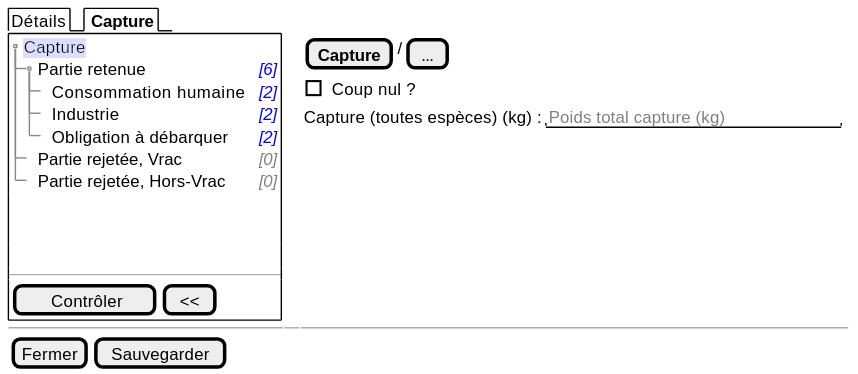
The PlantUML diagram projects/obsmer/spe/images/batch/batch-tree.svg in sumaris-net/sumaris-doc, before a commit.
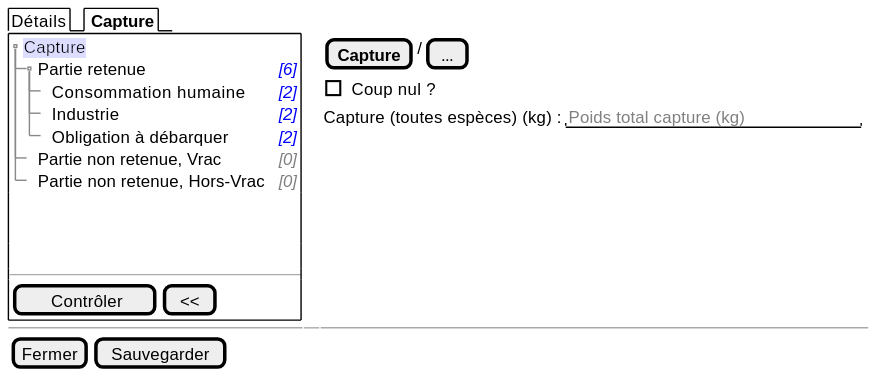
Above is the later version.

What changed in the source:
```diff
@@ -8,8 +8,8 @@
        +++ Consommation humaine | <i><color:blue>[2]
        +++ Industrie | <i><color:blue>[2]
        +++ Obligation à débarquer| <i><color:blue>[2]
-       ++ Partie rejetée, Vrac | <i><color:gray>[0]
-       ++ Partie rejetée, Hors-Vrac | <i><color:gray>[0]
+       ++ Partie non retenue, Vrac | <i><color:gray>[0]
+       ++ Partie non retenue, Hors-Vrac | <i><color:gray>[0]
    }
     .
     .
```
